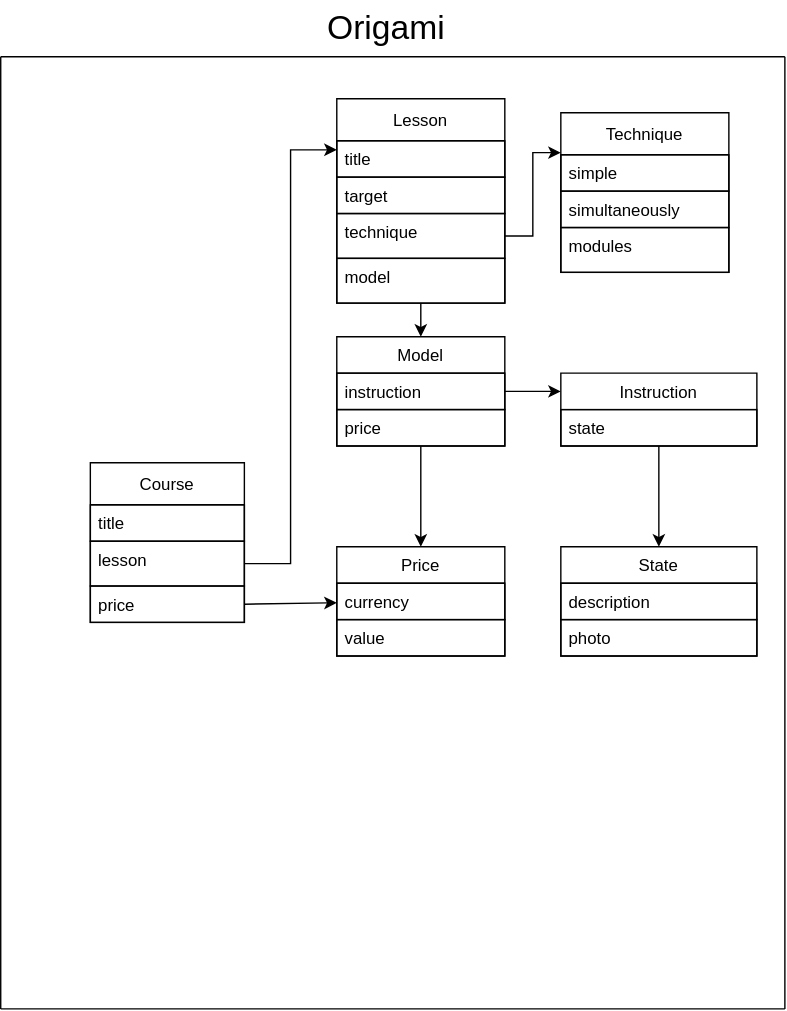
The draw.io diagram project_entities.svg in NikBulatov/web_patterns, before a commit. Source tidied: cells renumbered, new cells last; positions are measured from the earlier drawing's top-left corner, leaving out a move shared by most shapes.
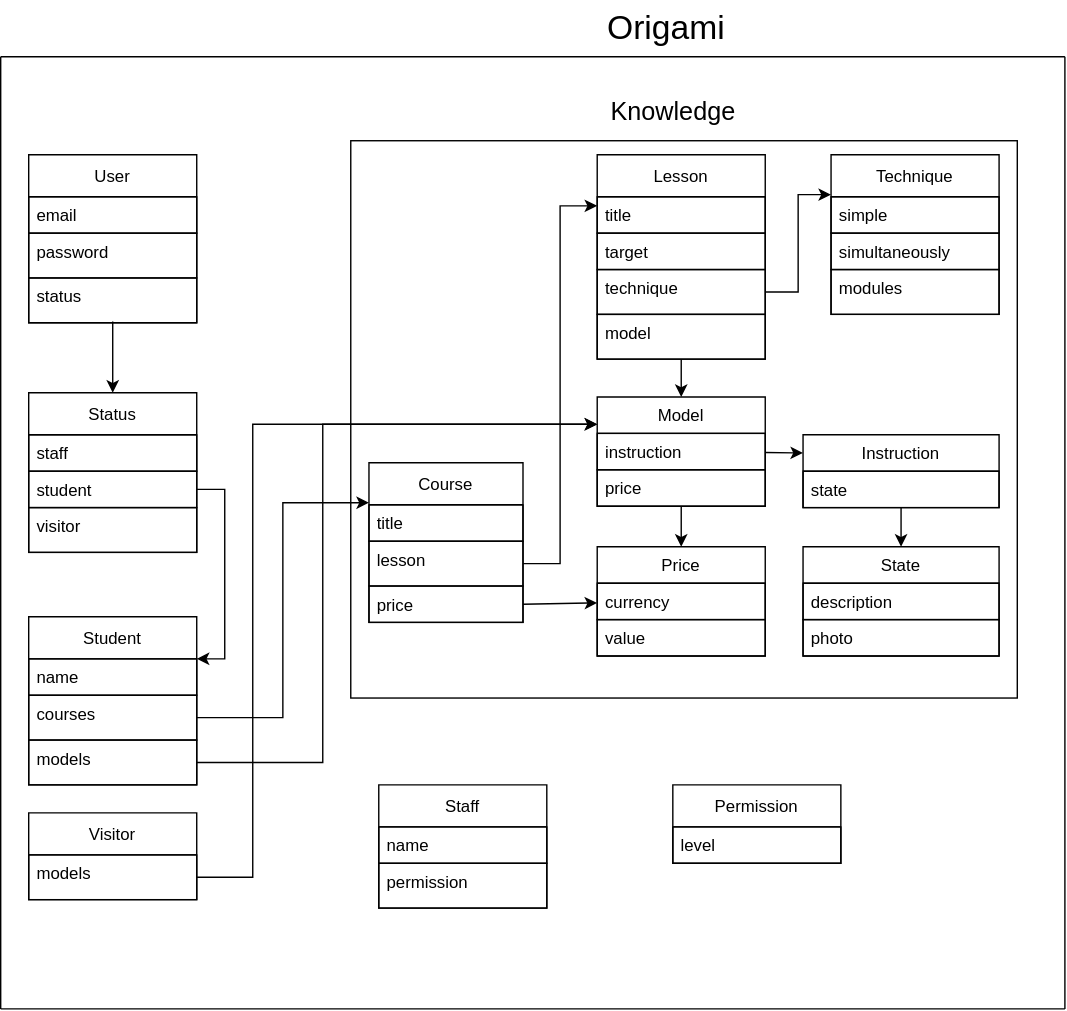
The same file after the commit.

Commit message:
docs: updated UML, added users

What changed in the source:
```diff
@@ -4,14 +4,14 @@
     <mxCell id="1" parent="0" />
     <mxCell id="2" style="endArrow=none;html=1;rounded=0;" parent="1" edge="1">
       <mxGeometry relative="1" as="geometry">
-        <mxPoint y="40" as="sourcePoint" />
+        <mxPoint x="-200" y="40" as="sourcePoint" />
         <mxPoint x="560" y="40" as="targetPoint" />
       </mxGeometry>
     </mxCell>
     <mxCell id="3" style="endArrow=none;html=1;rounded=0;" parent="1" edge="1">
       <mxGeometry relative="1" as="geometry">
-        <mxPoint y="40" as="sourcePoint" />
-        <mxPoint y="720" as="targetPoint" />
+        <mxPoint x="-200" y="40" as="sourcePoint" />
+        <mxPoint x="-200" y="720" as="targetPoint" />
       </mxGeometry>
     </mxCell>
     <mxCell id="4" style="endArrow=none;html=1;rounded=0;" parent="1" edge="1">
@@ -22,15 +22,18 @@
     </mxCell>
     <mxCell id="5" style="endArrow=none;html=1;rounded=0;" parent="1" edge="1">
       <mxGeometry relative="1" as="geometry">
-        <mxPoint y="720" as="sourcePoint" />
+        <mxPoint x="-200" y="720" as="sourcePoint" />
         <mxPoint x="560" y="720" as="targetPoint" />
       </mxGeometry>
     </mxCell>
     <mxCell id="6" value="&lt;font style=&quot;font-size: 24px;&quot;&gt;Origami&lt;/font&gt;" style="text;html=1;align=center;verticalAlign=middle;strokeColor=none;fillColor=none;" parent="1" vertex="1">
       <mxGeometry x="220" width="110" height="40" as="geometry" />
     </mxCell>
+    <mxCell id="38" style="group;strokeColor=default;rounded=0;perimeterSpacing=5;" parent="1" vertex="1">
+      <mxGeometry x="50" y="100" width="476" height="398" as="geometry" />
+    </mxCell>
-    <mxCell id="7" value="Model" style="swimlane;fontStyle=0;horizontal=1;startSize=26;fillColor=none;" parent="1" vertex="1">
-      <mxGeometry x="240" y="240" width="120" height="78" as="geometry" />
+    <mxCell id="7" value="Model" style="swimlane;fontStyle=0;horizontal=1;startSize=26;fillColor=none;" parent="38" vertex="1">
+      <mxGeometry x="176" y="183" width="120" height="78" as="geometry" />
     </mxCell>
     <mxCell id="8" value="instruction" style="text;strokeColor=default;fillColor=none;align=left;verticalAlign=top;spacingLeft=4;spacingRight=4;overflow=hidden;points=[[0,0.5],[1,0.5]];portConstraint=eastwest;" parent="7" vertex="1">
       <mxGeometry y="26" width="120" height="26" as="geometry" />
@@ -38,8 +41,8 @@
     <mxCell id="9" value="price" style="text;strokeColor=default;fillColor=none;align=left;verticalAlign=top;spacingLeft=4;spacingRight=4;overflow=hidden;points=[[0,0.5],[1,0.5]];portConstraint=eastwest;" parent="7" vertex="1">
       <mxGeometry y="52" width="120" height="26" as="geometry" />
     </mxCell>
-    <mxCell id="10" value="Price" style="swimlane;fontStyle=0;horizontal=1;startSize=26;fillColor=none;" parent="1" vertex="1">
-      <mxGeometry x="240" y="390" width="120" height="78" as="geometry" />
+    <mxCell id="10" value="Price" style="swimlane;fontStyle=0;horizontal=1;startSize=26;fillColor=none;" parent="38" vertex="1">
+      <mxGeometry x="176" y="290" width="120" height="78" as="geometry" />
     </mxCell>
     <mxCell id="11" value="currency" style="text;strokeColor=default;fillColor=none;align=left;verticalAlign=top;spacingLeft=4;spacingRight=4;overflow=hidden;" parent="10" vertex="1">
       <mxGeometry y="26" width="120" height="26" as="geometry" />
@@ -47,8 +50,8 @@
     <mxCell id="12" value="value" style="text;strokeColor=default;fillColor=none;align=left;verticalAlign=top;spacingLeft=4;spacingRight=4;overflow=hidden;" parent="10" vertex="1">
       <mxGeometry y="52" width="120" height="26" as="geometry" />
     </mxCell>
-    <mxCell id="13" value="State" style="swimlane;fontStyle=0;horizontal=1;startSize=26;fillColor=none;" parent="1" vertex="1">
-      <mxGeometry x="400" y="390" width="140" height="78" as="geometry" />
+    <mxCell id="13" value="State" style="swimlane;fontStyle=0;horizontal=1;startSize=26;fillColor=none;" parent="38" vertex="1">
+      <mxGeometry x="323" y="290" width="140" height="78" as="geometry" />
     </mxCell>
     <mxCell id="14" value="description" style="text;strokeColor=default;fillColor=none;align=left;verticalAlign=top;spacingLeft=4;spacingRight=4;overflow=hidden;" parent="13" vertex="1">
       <mxGeometry y="26" width="140" height="26" as="geometry" />
@@ -56,14 +59,14 @@
     <mxCell id="15" value="photo" style="text;strokeColor=default;fillColor=none;align=left;verticalAlign=top;spacingLeft=4;spacingRight=4;overflow=hidden;" parent="13" vertex="1">
       <mxGeometry y="52" width="140" height="26" as="geometry" />
     </mxCell>
-    <mxCell id="16" value="Instruсtion" style="swimlane;fontStyle=0;horizontal=1;startSize=26;fillColor=none;" parent="1" vertex="1">
-      <mxGeometry x="400" y="266" width="140" height="52" as="geometry" />
+    <mxCell id="16" value="Instruсtion" style="swimlane;fontStyle=0;horizontal=1;startSize=26;fillColor=none;" parent="38" vertex="1">
+      <mxGeometry x="323" y="210" width="140" height="52" as="geometry" />
     </mxCell>
     <mxCell id="17" value="state" style="text;strokeColor=default;fillColor=none;align=left;verticalAlign=top;spacingLeft=4;spacingRight=4;overflow=hidden;points=[[0,0.5],[1,0.5]];portConstraint=eastwest;" parent="16" vertex="1">
       <mxGeometry y="26" width="140" height="26" as="geometry" />
     </mxCell>
-    <mxCell id="18" value="Technique" style="swimlane;fontStyle=0;horizontal=1;startSize=30;fillColor=none;" parent="1" vertex="1">
-      <mxGeometry x="400" y="80" width="120" height="114" as="geometry" />
+    <mxCell id="18" value="Technique" style="swimlane;fontStyle=0;horizontal=1;startSize=30;fillColor=none;" parent="38" vertex="1">
+      <mxGeometry x="343" y="10" width="120" height="114" as="geometry" />
     </mxCell>
     <mxCell id="19" value="simple" style="text;strokeColor=default;fillColor=none;align=left;verticalAlign=top;spacingLeft=4;spacingRight=4;overflow=hidden;" parent="18" vertex="1">
       <mxGeometry y="30" width="120" height="26" as="geometry" />
@@ -74,17 +77,17 @@
     <mxCell id="21" value="modules" style="text;strokeColor=default;fillColor=none;align=left;verticalAlign=top;spacingLeft=4;spacingRight=4;overflow=hidden;" parent="18" vertex="1">
       <mxGeometry y="82" width="120" height="32" as="geometry" />
     </mxCell>
-    <mxCell id="22" style="rounded=0;jettySize=auto;html=1;entryX=0.5;entryY=0;entryDx=0;entryDy=0;" parent="1" edge="1" source="9" target="10">
+    <mxCell id="22" style="rounded=0;jettySize=auto;html=1;entryX=0.5;entryY=0;entryDx=0;entryDy=0;" parent="38" edge="1" source="9" target="10">
       <mxGeometry relative="1" as="geometry" />
     </mxCell>
-    <mxCell id="23" style="rounded=0;jettySize=auto;html=1;entryX=0;entryY=0.25;entryDx=0;entryDy=0;" parent="1" edge="1" source="8" target="16">
+    <mxCell id="23" style="rounded=0;jettySize=auto;html=1;entryX=0;entryY=0.25;entryDx=0;entryDy=0;" parent="38" edge="1" source="8" target="16">
       <mxGeometry relative="1" as="geometry" />
     </mxCell>
-    <mxCell id="24" style="rounded=0;jettySize=auto;html=1;entryX=0.5;entryY=0;entryDx=0;entryDy=0;" parent="1" edge="1" source="17" target="13">
+    <mxCell id="24" style="rounded=0;jettySize=auto;html=1;entryX=0.5;entryY=0;entryDx=0;entryDy=0;" parent="38" edge="1" source="17" target="13">
       <mxGeometry relative="1" as="geometry" />
     </mxCell>
-    <mxCell id="25" value="Course" style="swimlane;fontStyle=0;horizontal=1;startSize=30;fillColor=none;" parent="1" vertex="1">
-      <mxGeometry x="64" y="330" width="110" height="114" as="geometry" />
+    <mxCell id="25" value="Course" style="swimlane;fontStyle=0;horizontal=1;startSize=30;fillColor=none;" parent="38" vertex="1">
+      <mxGeometry x="13" y="230" width="110" height="114" as="geometry" />
     </mxCell>
     <mxCell id="26" value="title" style="text;strokeColor=default;fillColor=none;align=left;verticalAlign=top;spacingLeft=4;spacingRight=4;overflow=hidden;" parent="25" vertex="1">
       <mxGeometry y="30" width="110" height="26" as="geometry" />
@@ -95,11 +98,11 @@
     <mxCell id="28" value="price" style="text;strokeColor=default;fillColor=none;align=left;verticalAlign=top;spacingLeft=4;spacingRight=4;overflow=hidden;points=[[0,0.5],[1,0.5]];portConstraint=eastwest;" parent="25" vertex="1">
       <mxGeometry y="88" width="110" height="26" as="geometry" />
     </mxCell>
-    <mxCell id="29" style="rounded=0;jettySize=auto;html=1;exitX=1;exitY=0.5;exitDx=0;exitDy=0;" parent="1" edge="1" source="28" target="10">
+    <mxCell id="29" style="rounded=0;jettySize=auto;html=1;exitX=1;exitY=0.5;exitDx=0;exitDy=0;" parent="38" edge="1" source="28" target="10">
       <mxGeometry relative="1" as="geometry" />
     </mxCell>
-    <mxCell id="30" value="Lesson" style="swimlane;fontStyle=0;horizontal=1;startSize=30;fillColor=none;" parent="1" vertex="1">
-      <mxGeometry x="240" y="70" width="120" height="146" as="geometry" />
+    <mxCell id="30" value="Lesson" style="swimlane;fontStyle=0;horizontal=1;startSize=30;fillColor=none;" parent="38" vertex="1">
+      <mxGeometry x="176" y="10" width="120" height="146" as="geometry" />
     </mxCell>
     <mxCell id="31" value="title" style="text;strokeColor=default;fillColor=none;align=left;verticalAlign=top;spacingLeft=4;spacingRight=4;overflow=hidden;" parent="30" vertex="1">
       <mxGeometry y="30" width="120" height="26" as="geometry" />
@@ -113,14 +116,99 @@
     <mxCell id="34" value="model" style="text;strokeColor=default;fillColor=none;align=left;verticalAlign=top;spacingLeft=4;spacingRight=4;overflow=hidden;points=[[0,0.5],[1,0.5]];portConstraint=eastwest;" parent="30" vertex="1">
       <mxGeometry y="114" width="120" height="32" as="geometry" />
     </mxCell>
-    <mxCell id="35" style="rounded=0;jettySize=auto;html=1;entryX=0.5;entryY=0;entryDx=0;entryDy=0;" parent="1" edge="1" source="34" target="7">
+    <mxCell id="35" style="rounded=0;jettySize=auto;html=1;entryX=0.5;entryY=0;entryDx=0;entryDy=0;" parent="38" edge="1" source="34" target="7">
       <mxGeometry relative="1" as="geometry" />
     </mxCell>
-    <mxCell id="36" style="edgeStyle=orthogonalEdgeStyle;rounded=0;jettySize=auto;html=1;entryX=0;entryY=0.25;entryDx=0;entryDy=0;" parent="1" edge="1" source="27" target="30">
+    <mxCell id="36" style="edgeStyle=orthogonalEdgeStyle;rounded=0;jettySize=auto;html=1;entryX=0;entryY=0.25;entryDx=0;entryDy=0;" parent="38" edge="1" source="27" target="30">
       <mxGeometry relative="1" as="geometry" />
     </mxCell>
-    <mxCell id="37" style="edgeStyle=orthogonalEdgeStyle;rounded=0;jettySize=auto;html=1;entryX=0;entryY=0.25;entryDx=0;entryDy=0;" parent="1" edge="1" source="33" target="18">
+    <mxCell id="37" style="edgeStyle=orthogonalEdgeStyle;rounded=0;jettySize=auto;html=1;entryX=0;entryY=0.25;entryDx=0;entryDy=0;" parent="38" edge="1" source="33" target="18">
       <mxGeometry relative="1" as="geometry" />
     </mxCell>
+    <mxCell id="39" value="&lt;font style=&quot;font-size: 18px;&quot;&gt;Knowledge&lt;/font&gt;" style="text;html=1;align=center;verticalAlign=middle;strokeColor=none;fillColor=none;" parent="1" vertex="1">
+      <mxGeometry x="225" y="60" width="110" height="40" as="geometry" />
+    </mxCell>
+    <mxCell id="40" value="User" style="swimlane;fontStyle=0;horizontal=1;startSize=30;fillColor=none;" parent="1" vertex="1">
+      <mxGeometry x="-180" y="110" width="120" height="120" as="geometry" />
+    </mxCell>
+    <mxCell id="41" value="email" style="text;strokeColor=default;fillColor=none;align=left;verticalAlign=top;spacingLeft=4;spacingRight=4;overflow=hidden;" parent="40" vertex="1">
+      <mxGeometry y="30" width="120" height="26" as="geometry" />
+    </mxCell>
+    <mxCell id="42" value="password" style="text;strokeColor=default;fillColor=none;align=left;verticalAlign=top;spacingLeft=4;spacingRight=4;overflow=hidden;" parent="40" vertex="1">
+      <mxGeometry y="56" width="120" height="32" as="geometry" />
+    </mxCell>
+    <mxCell id="43" value="status" style="text;strokeColor=default;fillColor=none;align=left;verticalAlign=top;spacingLeft=4;spacingRight=4;overflow=hidden;points=[[0,0.5],[1,0.5]];portConstraint=eastwest;" parent="40" vertex="1">
+      <mxGeometry y="88" width="120" height="32" as="geometry" />
+    </mxCell>
+    <mxCell id="44" value="Status" style="swimlane;fontStyle=0;horizontal=1;startSize=30;fillColor=none;" parent="1" vertex="1">
+      <mxGeometry x="-180" y="280" width="120" height="114" as="geometry" />
+    </mxCell>
+    <mxCell id="45" value="staff" style="text;strokeColor=default;fillColor=none;align=left;verticalAlign=top;spacingLeft=4;spacingRight=4;overflow=hidden;" parent="44" vertex="1">
+      <mxGeometry y="30" width="120" height="26" as="geometry" />
+    </mxCell>
+    <mxCell id="46" value="student" style="text;strokeColor=default;fillColor=none;align=left;verticalAlign=top;spacingLeft=4;spacingRight=4;overflow=hidden;points=[[0,0.5],[1,0.5]];portConstraint=eastwest;" parent="44" vertex="1">
+      <mxGeometry y="56" width="120" height="26" as="geometry" />
+    </mxCell>
+    <mxCell id="47" value="visitor" style="text;strokeColor=default;fillColor=none;align=left;verticalAlign=top;spacingLeft=4;spacingRight=4;overflow=hidden;" parent="44" vertex="1">
+      <mxGeometry y="82" width="120" height="32" as="geometry" />
+    </mxCell>
+    <mxCell id="48" style="edgeStyle=orthogonalEdgeStyle;rounded=0;jettySize=auto;html=1;entryX=0.5;entryY=0;entryDx=0;entryDy=0;fontSize=18;exitX=0.5;exitY=0.969;exitDx=0;exitDy=0;exitPerimeter=0;" parent="1" edge="1" source="43" target="44">
+      <mxGeometry relative="1" as="geometry" />
+    </mxCell>
+    <mxCell id="49" value="Student" style="swimlane;fontStyle=0;horizontal=1;startSize=30;fillColor=none;" parent="1" vertex="1">
+      <mxGeometry x="-180" y="440" width="120" height="120" as="geometry" />
+    </mxCell>
+    <mxCell id="50" value="name" style="text;strokeColor=default;fillColor=none;align=left;verticalAlign=top;spacingLeft=4;spacingRight=4;overflow=hidden;" parent="49" vertex="1">
+      <mxGeometry y="30" width="120" height="26" as="geometry" />
+    </mxCell>
+    <mxCell id="51" value="courses" style="text;strokeColor=default;fillColor=none;align=left;verticalAlign=top;spacingLeft=4;spacingRight=4;overflow=hidden;points=[[0,0.5],[1,0.5]];portConstraint=eastwest;" parent="49" vertex="1">
+      <mxGeometry y="56" width="120" height="32" as="geometry" />
+    </mxCell>
+    <mxCell id="52" value="models" style="text;strokeColor=default;fillColor=none;align=left;verticalAlign=top;spacingLeft=4;spacingRight=4;overflow=hidden;points=[[0,0.5],[1,0.5]];portConstraint=eastwest;" parent="49" vertex="1">
+      <mxGeometry y="88" width="120" height="32" as="geometry" />
+    </mxCell>
+    <mxCell id="53" style="edgeStyle=orthogonalEdgeStyle;rounded=0;jettySize=auto;html=1;entryX=1;entryY=0.25;entryDx=0;entryDy=0;fontSize=18;exitX=1;exitY=0.5;exitDx=0;exitDy=0;" parent="1" edge="1" source="46" target="49">
+      <mxGeometry relative="1" as="geometry" />
+    </mxCell>
+    <mxCell id="54" style="edgeStyle=orthogonalEdgeStyle;rounded=0;jettySize=auto;html=1;entryX=0;entryY=0.25;entryDx=0;entryDy=0;fontSize=18;" parent="1" edge="1" source="51" target="25">
+      <mxGeometry relative="1" as="geometry" />
+    </mxCell>
+    <mxCell id="55" style="edgeStyle=orthogonalEdgeStyle;rounded=0;jettySize=auto;html=1;entryX=0;entryY=0.25;entryDx=0;entryDy=0;fontSize=18;" parent="1" edge="1" source="52" target="7">
+      <mxGeometry relative="1" as="geometry">
+        <Array as="points">
+          <mxPoint x="30" y="544" />
+          <mxPoint x="30" y="303" />
+        </Array>
+      </mxGeometry>
+    </mxCell>
+    <mxCell id="56" value="Visitor" style="swimlane;fontStyle=0;horizontal=1;startSize=30;fillColor=none;" parent="1" vertex="1">
+      <mxGeometry x="-180" y="580" width="120" height="62" as="geometry" />
+    </mxCell>
+    <mxCell id="57" value="models" style="text;strokeColor=default;fillColor=none;align=left;verticalAlign=top;spacingLeft=4;spacingRight=4;overflow=hidden;points=[[0,0.5],[1,0.5]];portConstraint=eastwest;" parent="56" vertex="1">
+      <mxGeometry y="30" width="120" height="32" as="geometry" />
+    </mxCell>
+    <mxCell id="58" style="edgeStyle=orthogonalEdgeStyle;rounded=0;jettySize=auto;html=1;entryX=0;entryY=0.25;entryDx=0;entryDy=0;fontSize=18;" parent="1" edge="1" source="57" target="7">
+      <mxGeometry relative="1" as="geometry">
+        <Array as="points">
+          <mxPoint x="-20" y="626" />
+          <mxPoint x="-20" y="303" />
+        </Array>
+      </mxGeometry>
+    </mxCell>
+    <mxCell id="59" value="Staff" style="swimlane;fontStyle=0;horizontal=1;startSize=30;fillColor=none;" parent="1" vertex="1">
+      <mxGeometry x="70" y="560" width="120" height="88" as="geometry" />
+    </mxCell>
+    <mxCell id="60" value="name" style="text;strokeColor=default;fillColor=none;align=left;verticalAlign=top;spacingLeft=4;spacingRight=4;overflow=hidden;" parent="59" vertex="1">
+      <mxGeometry y="30" width="120" height="26" as="geometry" />
+    </mxCell>
+    <mxCell id="61" value="permission" style="text;strokeColor=default;fillColor=none;align=left;verticalAlign=top;spacingLeft=4;spacingRight=4;overflow=hidden;" parent="59" vertex="1">
+      <mxGeometry y="56" width="120" height="32" as="geometry" />
+    </mxCell>
+    <mxCell id="62" value="Permission" style="swimlane;fontStyle=0;horizontal=1;startSize=30;fillColor=none;" parent="1" vertex="1">
+      <mxGeometry x="280" y="560" width="120" height="56" as="geometry" />
+    </mxCell>
+    <mxCell id="63" value="level" style="text;strokeColor=default;fillColor=none;align=left;verticalAlign=top;spacingLeft=4;spacingRight=4;overflow=hidden;" parent="62" vertex="1">
+      <mxGeometry y="30" width="120" height="26" as="geometry" />
+    </mxCell>
   </root>
 </mxGraphModel>
```
